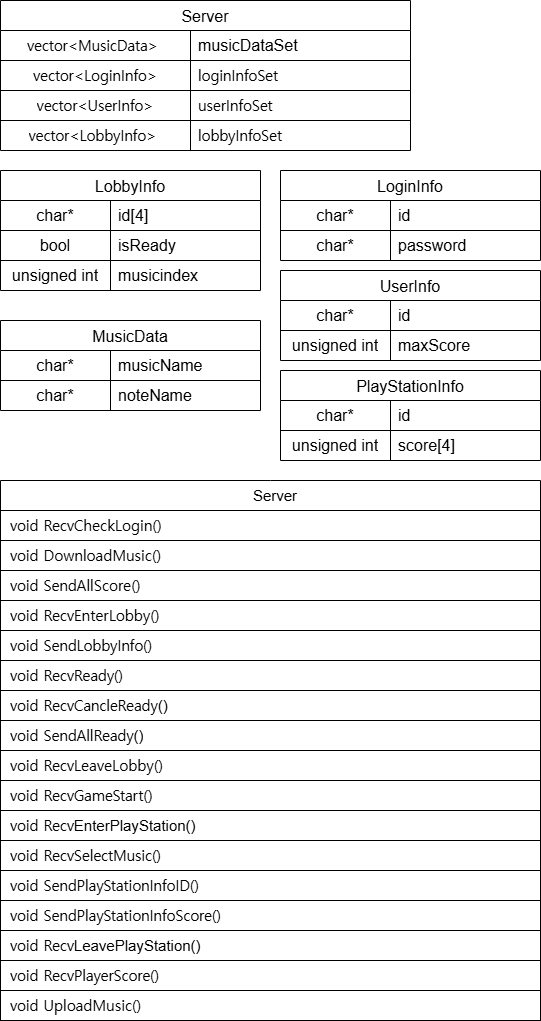
Above: drawio/server.drawio.png in rmrgns/NetGameTeamProject (draw.io), before the change. Source tidied: cells renumbered, new cells last; positions are measured from the earlier drawing's top-left corner, leaving out a move shared by most shapes.
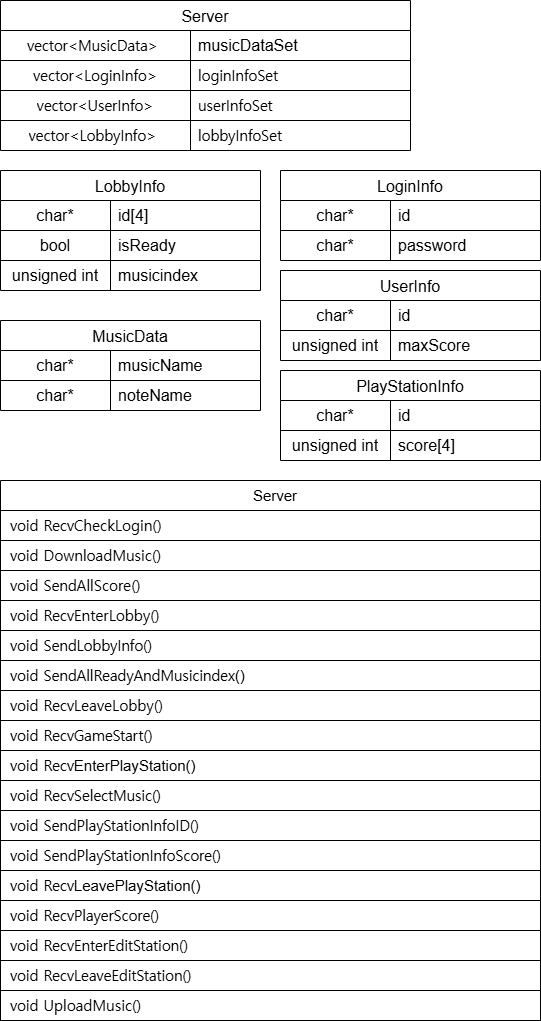
After the change.

What changed in the source:
```diff
@@ -59,39 +59,39 @@
     <mxCell id="20" value="&lt;span lang=&quot;EN-US&quot; style=&quot;font-size: 15px; font-family: &amp;quot;맑은 고딕&amp;quot;;&quot;&gt;&lt;span style=&quot;font-size: 14.6667px;&quot;&gt;void SendLobbyInfo()&lt;/span&gt;&lt;/span&gt;" style="text;strokeColor=default;fillColor=none;align=left;verticalAlign=middle;spacingLeft=10;spacingRight=0;overflow=hidden;whiteSpace=wrap;html=1;spacing=0;fontSize=15;spacingBottom=0;spacingTop=0;" parent="15" vertex="1">
       <mxGeometry y="150" width="540" height="30" as="geometry" />
     </mxCell>
-    <mxCell id="21" value="&lt;span style=&quot;font-family: &amp;quot;맑은 고딕&amp;quot;; font-size: 14.6667px;&quot;&gt;void RecvReady()&lt;/span&gt;" style="text;strokeColor=default;fillColor=none;align=left;verticalAlign=middle;spacingLeft=10;spacingRight=0;overflow=hidden;whiteSpace=wrap;html=1;spacing=0;spacingBottom=0;spacingTop=0;fontSize=15;" parent="15" vertex="1">
-      <mxGeometry y="180" width="540" height="30" as="geometry" />
-    </mxCell>
-    <mxCell id="22" value="&lt;span style=&quot;font-family: &amp;quot;맑은 고딕&amp;quot;; font-size: 14.6667px;&quot;&gt;void RecvCancleReady&lt;/span&gt;()" style="text;strokeColor=default;fillColor=none;align=left;verticalAlign=middle;spacingLeft=10;spacingRight=0;overflow=hidden;whiteSpace=wrap;html=1;spacing=0;spacingBottom=0;spacingTop=0;fontSize=15;" parent="15" vertex="1">
-      <mxGeometry y="210" width="540" height="30" as="geometry" />
-    </mxCell>
-    <mxCell id="23" value="&lt;span style=&quot;font-family: &amp;quot;맑은 고딕&amp;quot;; font-size: 14.6667px;&quot;&gt;void SendAllReady&lt;/span&gt;()" style="text;strokeColor=default;fillColor=none;align=left;verticalAlign=middle;spacingLeft=10;spacingRight=0;overflow=hidden;whiteSpace=wrap;html=1;spacing=0;spacingBottom=0;spacingTop=0;fontSize=15;" parent="15" vertex="1">
-      <mxGeometry y="240" width="540" height="30" as="geometry" />
+    <mxCell id="23" value="&lt;span style=&quot;font-family: &amp;quot;맑은 고딕&amp;quot;; font-size: 14.6667px;&quot;&gt;void SendAllReadyAndMusicindex&lt;/span&gt;()" style="text;strokeColor=default;fillColor=none;align=left;verticalAlign=middle;spacingLeft=10;spacingRight=0;overflow=hidden;whiteSpace=wrap;html=1;spacing=0;spacingBottom=0;spacingTop=0;fontSize=15;" parent="15" vertex="1">
+      <mxGeometry y="180" width="540" height="30" as="geometry" />
     </mxCell>
     <mxCell id="24" value="&lt;span lang=&quot;EN-US&quot; style=&quot;font-size: 15px; font-family: &amp;quot;맑은 고딕&amp;quot;;&quot;&gt;&lt;span style=&quot;font-size: 14.6667px;&quot;&gt;void Recv&lt;/span&gt;LeaveLobby()&lt;/span&gt;" style="text;strokeColor=default;fillColor=none;align=left;verticalAlign=middle;spacingLeft=10;spacingRight=0;overflow=hidden;whiteSpace=wrap;html=1;spacing=0;fontSize=15;spacingBottom=0;spacingTop=0;" parent="15" vertex="1">
-      <mxGeometry y="270" width="540" height="30" as="geometry" />
+      <mxGeometry y="210" width="540" height="30" as="geometry" />
     </mxCell>
     <mxCell id="25" value="&lt;span lang=&quot;EN-US&quot; style=&quot;font-size: 15px; font-family: &amp;quot;맑은 고딕&amp;quot;;&quot;&gt;&lt;span style=&quot;font-size: 14.6667px;&quot;&gt;void RecvGameStart&lt;/span&gt;()&lt;/span&gt;" style="text;strokeColor=default;fillColor=none;align=left;verticalAlign=middle;spacingLeft=10;spacingRight=0;overflow=hidden;whiteSpace=wrap;html=1;spacing=0;fontSize=15;spacingBottom=0;spacingTop=0;" parent="15" vertex="1">
-      <mxGeometry y="300" width="540" height="30" as="geometry" />
+      <mxGeometry y="240" width="540" height="30" as="geometry" />
     </mxCell>
     <mxCell id="26" value="&lt;span style=&quot;font-family: &amp;quot;맑은 고딕&amp;quot;; font-size: 14.6667px;&quot;&gt;void Recv&lt;/span&gt;EnterPlayStation()" style="text;strokeColor=default;fillColor=none;align=left;verticalAlign=middle;spacingLeft=10;spacingRight=0;overflow=hidden;whiteSpace=wrap;html=1;spacing=0;spacingBottom=0;spacingTop=0;fontSize=15;" parent="15" vertex="1">
-      <mxGeometry y="330" width="540" height="30" as="geometry" />
+      <mxGeometry y="270" width="540" height="30" as="geometry" />
     </mxCell>
     <mxCell id="27" value="&lt;span lang=&quot;EN-US&quot; style=&quot;font-size: 15px; font-family: &amp;quot;맑은 고딕&amp;quot;;&quot;&gt;&lt;span style=&quot;font-size: 14.6667px;&quot;&gt;void RecvSelectMusic()&lt;/span&gt;&lt;/span&gt;" style="text;strokeColor=default;fillColor=none;align=left;verticalAlign=middle;spacingLeft=10;spacingRight=0;overflow=hidden;whiteSpace=wrap;html=1;spacing=0;fontSize=15;spacingBottom=0;spacingTop=0;" parent="15" vertex="1">
-      <mxGeometry y="360" width="540" height="30" as="geometry" />
+      <mxGeometry y="300" width="540" height="30" as="geometry" />
     </mxCell>
     <mxCell id="28" value="&lt;span lang=&quot;EN-US&quot; style=&quot;font-size: 15px; font-family: &amp;quot;맑은 고딕&amp;quot;;&quot;&gt;&lt;span style=&quot;font-size: 14.6667px;&quot;&gt;void SendPlayStationInfoID()&lt;/span&gt;&lt;/span&gt;" style="text;strokeColor=default;fillColor=none;align=left;verticalAlign=middle;spacingLeft=10;spacingRight=0;overflow=hidden;whiteSpace=wrap;html=1;spacing=0;fontSize=15;spacingBottom=0;spacingTop=0;" parent="15" vertex="1">
-      <mxGeometry y="390" width="540" height="30" as="geometry" />
+      <mxGeometry y="330" width="540" height="30" as="geometry" />
     </mxCell>
     <mxCell id="29" value="&lt;span lang=&quot;EN-US&quot; style=&quot;font-size: 15px; font-family: &amp;quot;맑은 고딕&amp;quot;;&quot;&gt;&lt;span style=&quot;font-size: 14.6667px;&quot;&gt;void SendPlayStationInfoScore()&lt;/span&gt;&lt;/span&gt;" style="text;strokeColor=default;fillColor=none;align=left;verticalAlign=middle;spacingLeft=10;spacingRight=0;overflow=hidden;whiteSpace=wrap;html=1;spacing=0;fontSize=15;spacingBottom=0;spacingTop=0;" parent="15" vertex="1">
-      <mxGeometry y="420" width="540" height="30" as="geometry" />
+      <mxGeometry y="360" width="540" height="30" as="geometry" />
     </mxCell>
     <mxCell id="30" value="&lt;span style=&quot;font-family: &amp;quot;맑은 고딕&amp;quot;; font-size: 14.6667px;&quot;&gt;void Recv&lt;/span&gt;LeavePlayStation()" style="text;strokeColor=default;fillColor=none;align=left;verticalAlign=middle;spacingLeft=10;spacingRight=0;overflow=hidden;whiteSpace=wrap;html=1;spacing=0;spacingBottom=0;spacingTop=0;fontSize=15;" parent="15" vertex="1">
-      <mxGeometry y="450" width="540" height="30" as="geometry" />
+      <mxGeometry y="390" width="540" height="30" as="geometry" />
     </mxCell>
     <mxCell id="31" value="&lt;span lang=&quot;EN-US&quot; style=&quot;font-size: 15px; font-family: &amp;quot;맑은 고딕&amp;quot;;&quot;&gt;&lt;span style=&quot;font-size: 14.6667px;&quot;&gt;void RecvPlayerScore()&lt;/span&gt;&lt;/span&gt;" style="text;strokeColor=default;fillColor=none;align=left;verticalAlign=middle;spacingLeft=10;spacingRight=0;overflow=hidden;whiteSpace=wrap;html=1;spacing=0;fontSize=15;spacingBottom=0;spacingTop=0;" parent="15" vertex="1">
-      <mxGeometry y="480" width="540" height="30" as="geometry" />
+      <mxGeometry y="420" width="540" height="30" as="geometry" />
     </mxCell>
+    <mxCell id="71" value="&lt;span lang=&quot;EN-US&quot; style=&quot;font-size: 15px; font-family: &amp;quot;맑은 고딕&amp;quot;;&quot;&gt;&lt;span style=&quot;font-size: 14.6667px;&quot;&gt;void RecvEnterEditStation()&lt;/span&gt;&lt;/span&gt;" style="text;strokeColor=default;fillColor=none;align=left;verticalAlign=middle;spacingLeft=10;spacingRight=0;overflow=hidden;whiteSpace=wrap;html=1;spacing=0;fontSize=15;spacingBottom=0;spacingTop=0;" parent="15" vertex="1">
+      <mxGeometry y="450" width="540" height="30" as="geometry" />
+    </mxCell>
+    <mxCell id="72" value="&lt;span lang=&quot;EN-US&quot; style=&quot;font-size: 15px; font-family: &amp;quot;맑은 고딕&amp;quot;;&quot;&gt;&lt;span style=&quot;font-size: 14.6667px;&quot;&gt;void RecvLeaveEditStation()&lt;/span&gt;&lt;/span&gt;" style="text;strokeColor=default;fillColor=none;align=left;verticalAlign=middle;spacingLeft=10;spacingRight=0;overflow=hidden;whiteSpace=wrap;html=1;spacing=0;fontSize=15;spacingBottom=0;spacingTop=0;" parent="15" vertex="1">
+      <mxGeometry y="480" width="540" height="30" as="geometry" />
+    </mxCell>
     <mxCell id="32" value="&lt;span lang=&quot;EN-US&quot; style=&quot;font-size: 15px; font-family: &amp;quot;맑은 고딕&amp;quot;;&quot;&gt;&lt;span style=&quot;font-size: 14.6667px;&quot;&gt;void&amp;nbsp;&lt;/span&gt;UploadMusic()&lt;/span&gt;" style="text;strokeColor=default;fillColor=none;align=left;verticalAlign=middle;spacingLeft=10;spacingRight=0;overflow=hidden;whiteSpace=wrap;html=1;spacing=0;fontSize=15;spacingBottom=0;spacingTop=0;" parent="15" vertex="1">
       <mxGeometry y="510" width="540" height="30" as="geometry" />
     </mxCell>
```
